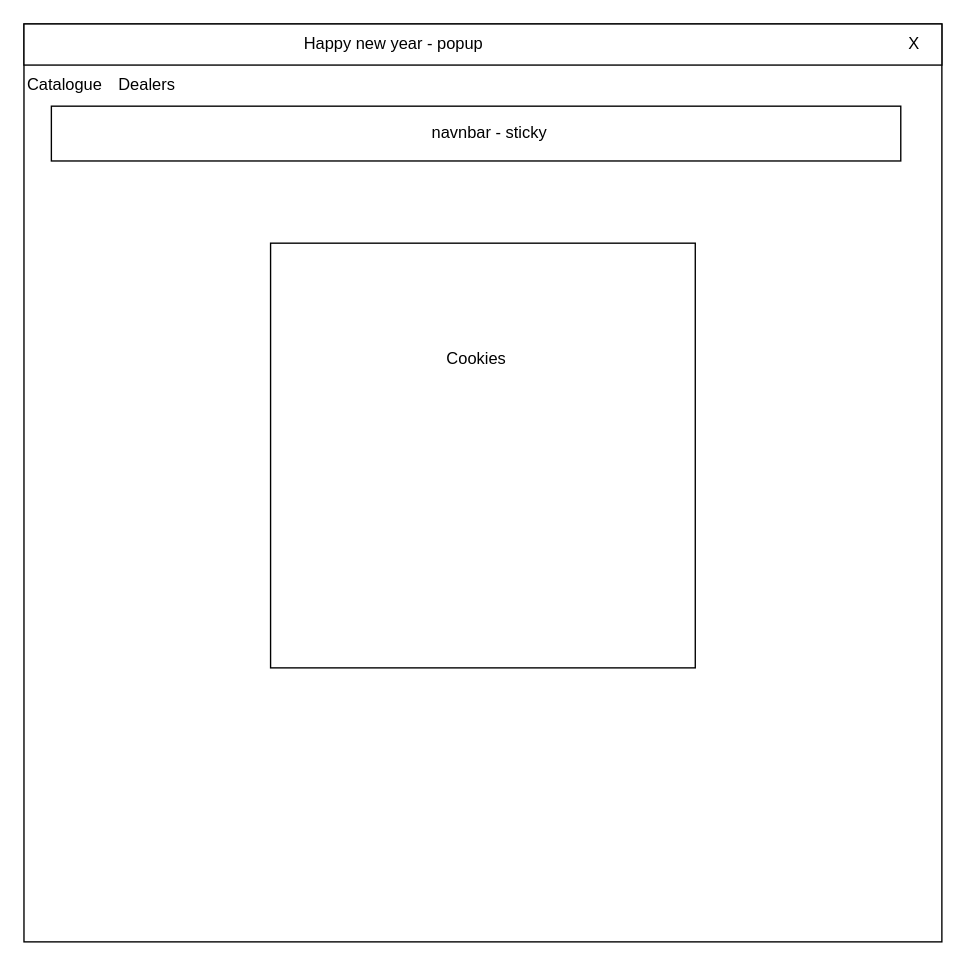
The draw.io diagram Untitled Diagram.drawio in crazyneri/whatever, before the edit. Source tidied: cells renumbered, new cells numbered last; positions are measured from the earlier drawing's top-left corner, leaving out a move shared by most shapes. Both pictures are drawn from the tidied source at 137%, with x=0, y=0 at pixel (23, 23).
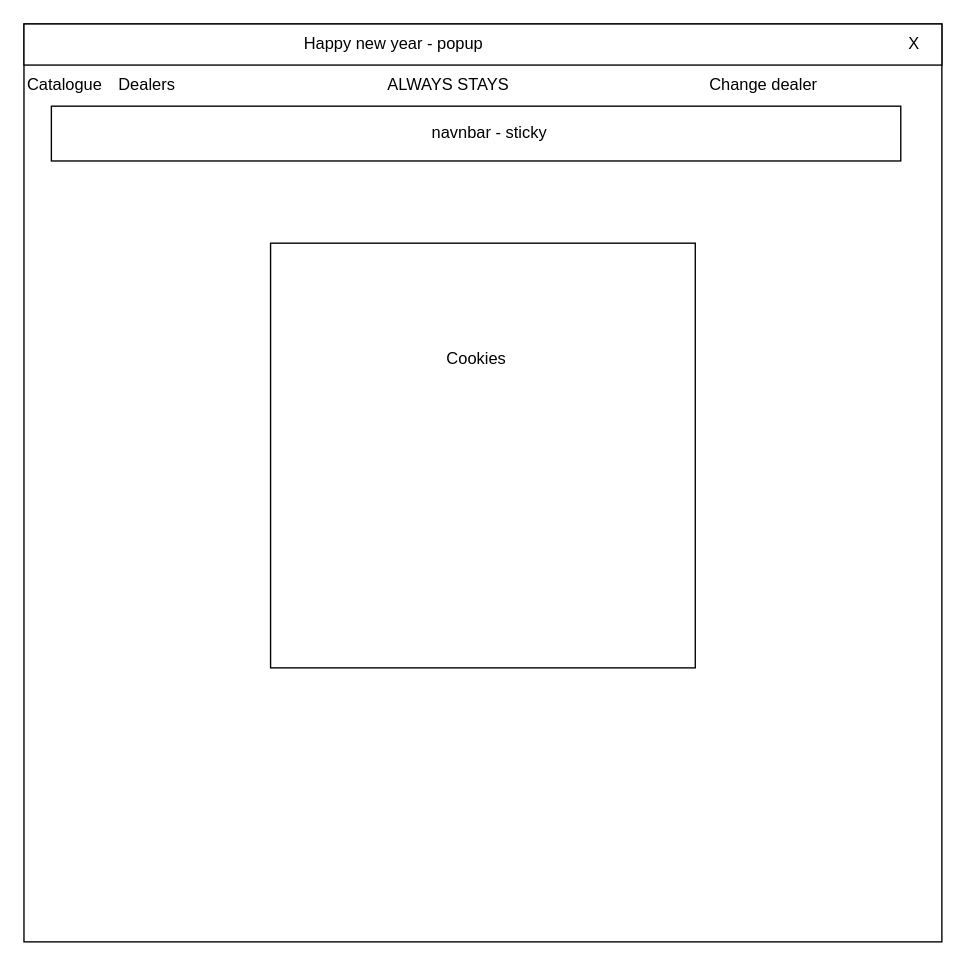
Above is the later version.

Diff of the diagram source:
```diff
@@
 <mxGraphModel>
   <root>
     <mxCell id="0" />
     <mxCell id="1" parent="0" />
     <mxCell id="2" style="whiteSpace=wrap;html=1;" parent="1" vertex="1">
       <mxGeometry width="670" height="670" as="geometry" />
     </mxCell>
     <mxCell id="3" style="rounded=0;whiteSpace=wrap;html=1;" parent="1" vertex="1">
       <mxGeometry width="670" height="30" as="geometry" />
     </mxCell>
     <mxCell id="4" value="Happy new year - popup" style="text;html=1;strokeColor=none;fillColor=none;align=center;verticalAlign=middle;whiteSpace=wrap;rounded=0;" parent="1" vertex="1">
       <mxGeometry x="190" width="160" height="30" as="geometry" />
     </mxCell>
     <mxCell id="5" value="X" style="text;html=1;strokeColor=none;fillColor=none;align=center;verticalAlign=middle;whiteSpace=wrap;rounded=0;" parent="1" vertex="1">
       <mxGeometry x="630" width="40" height="30" as="geometry" />
     </mxCell>
     <mxCell id="6" value="Catalogue" style="text;html=1;strokeColor=none;fillColor=none;align=center;verticalAlign=middle;whiteSpace=wrap;rounded=0;" parent="1" vertex="1">
       <mxGeometry y="30" width="60" height="30" as="geometry" />
     </mxCell>
     <mxCell id="7" value="Dealers" style="text;html=1;strokeColor=none;fillColor=none;align=center;verticalAlign=middle;whiteSpace=wrap;rounded=0;" parent="1" vertex="1">
       <mxGeometry x="60" y="30" width="60" height="30" as="geometry" />
     </mxCell>
     <mxCell id="8" style="rounded=0;whiteSpace=wrap;html=1;" parent="1" vertex="1">
       <mxGeometry x="20" y="60" width="620" height="40" as="geometry" />
     </mxCell>
     <mxCell id="9" value="navnbar - sticky" style="text;html=1;strokeColor=none;fillColor=none;align=center;verticalAlign=middle;whiteSpace=wrap;rounded=0;" parent="1" vertex="1">
       <mxGeometry x="100" y="65" width="480" height="30" as="geometry" />
     </mxCell>
     <mxCell id="10" style="whiteSpace=wrap;html=1;" parent="1" vertex="1">
       <mxGeometry x="180" y="160" width="310" height="310" as="geometry" />
     </mxCell>
     <mxCell id="11" value="Cookies" style="text;html=1;strokeColor=none;fillColor=none;align=center;verticalAlign=middle;whiteSpace=wrap;rounded=0;" parent="1" vertex="1">
       <mxGeometry x="272.5" y="200" width="115" height="90" as="geometry" />
     </mxCell>
+    <mxCell id="12" value="Change dealer" style="text;html=1;strokeColor=none;fillColor=none;align=center;verticalAlign=middle;whiteSpace=wrap;rounded=0;" parent="1" vertex="1">
+      <mxGeometry x="430" y="30" width="220" height="30" as="geometry" />
+    </mxCell>
+    <mxCell id="13" value="ALWAYS STAYS" style="text;html=1;strokeColor=none;fillColor=none;align=center;verticalAlign=middle;whiteSpace=wrap;rounded=0;" parent="1" vertex="1">
+      <mxGeometry x="130" y="30" width="360" height="30" as="geometry" />
+    </mxCell>
   </root>
 </mxGraphModel>
```
